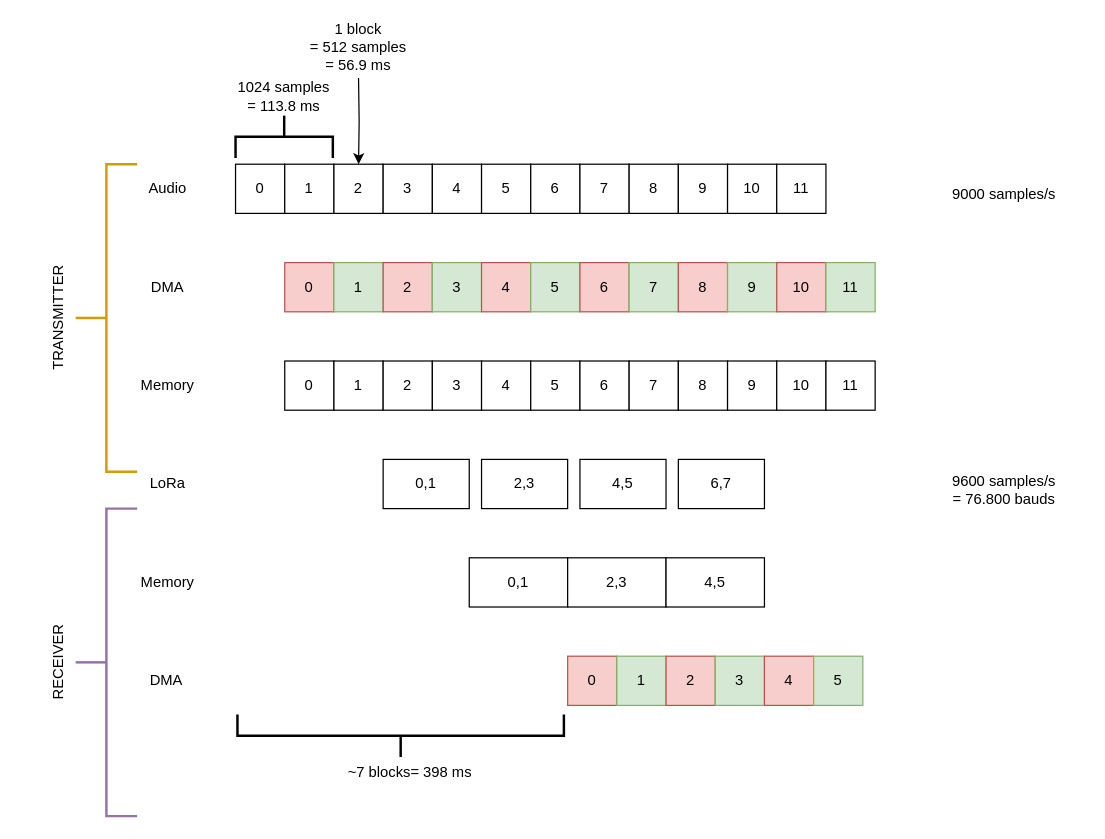
The draw.io diagram media/LoraTalkieDiagrams.drawio in dabecart/LoRaTalkie, before the edit. Source tidied: cells renumbered, new cells numbered last; positions are measured from the earlier drawing's top-left corner, leaving out a move shared by most shapes. Both pictures are drawn from the tidied source at 123%, with x=0, y=0 at pixel (21, 28).
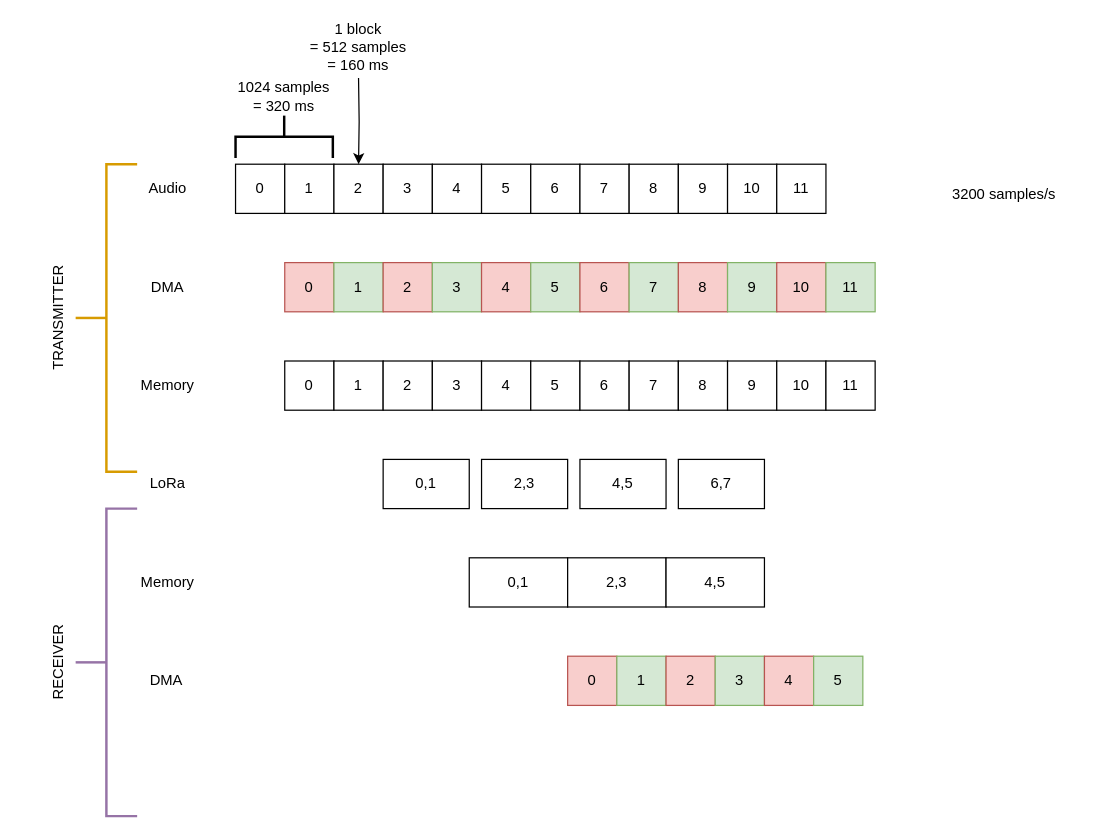
The same page after the edit.

Change to the diagram source:
```diff
@@
-    <mxCell id="58" value="9000 samples/s" style="text;html=1;align=center;verticalAlign=middle;whiteSpace=wrap;rounded=0;" parent="1" vertex="1">
+    <mxCell id="58" value="3200 samples/s" style="text;html=1;align=center;verticalAlign=middle;whiteSpace=wrap;rounded=0;" parent="1" vertex="1">
       <mxGeometry x="734" y="120" width="130" height="30" as="geometry" />
     </mxCell>
-    <mxCell id="59" value="9600 samples/s&lt;br&gt;= 76.800 bauds" style="text;html=1;align=center;verticalAlign=middle;whiteSpace=wrap;rounded=0;" parent="1" vertex="1">
-      <mxGeometry x="734" y="360" width="130" height="30" as="geometry" />
-    </mxCell>
@@
-    <mxCell id="61" value="1024 samples&lt;br&gt;= 113.8 ms" style="text;html=1;align=center;verticalAlign=middle;whiteSpace=wrap;rounded=0;" parent="1" vertex="1">
+    <mxCell id="61" value="1024 samples&lt;br&gt;= 320 ms" style="text;html=1;align=center;verticalAlign=middle;whiteSpace=wrap;rounded=0;" parent="1" vertex="1">
       <mxGeometry x="163.3" y="40" width="100.5" height="30" as="geometry" />
     </mxCell>
-    <mxCell id="62" style="strokeWidth=2;html=1;shape=mxgraph.flowchart.annotation_2;align=left;labelPosition=right;rotation=-90;" parent="1" vertex="1">
-      <mxGeometry x="291" y="442" width="34.5" height="265.4" as="geometry" />
-    </mxCell>
-    <mxCell id="63" value="~7 blocks= 398 ms" style="text;html=1;align=center;verticalAlign=middle;whiteSpace=wrap;rounded=0;" parent="1" vertex="1">
-      <mxGeometry x="244" y="590" width="144" height="30" as="geometry" />
-    </mxCell>
@@
-    <mxCell id="65" value="1 block &lt;br&gt;= 512 samples &lt;br&gt;= 56.9 ms" style="text;html=1;align=center;verticalAlign=middle;whiteSpace=wrap;rounded=0;" parent="1" vertex="1">
+    <mxCell id="65" value="1 block &lt;br&gt;= 512 samples &lt;br&gt;= 160 ms" style="text;html=1;align=center;verticalAlign=middle;whiteSpace=wrap;rounded=0;" parent="1" vertex="1">
       <mxGeometry x="219" width="110" height="30" as="geometry" />
     </mxCell>
```
